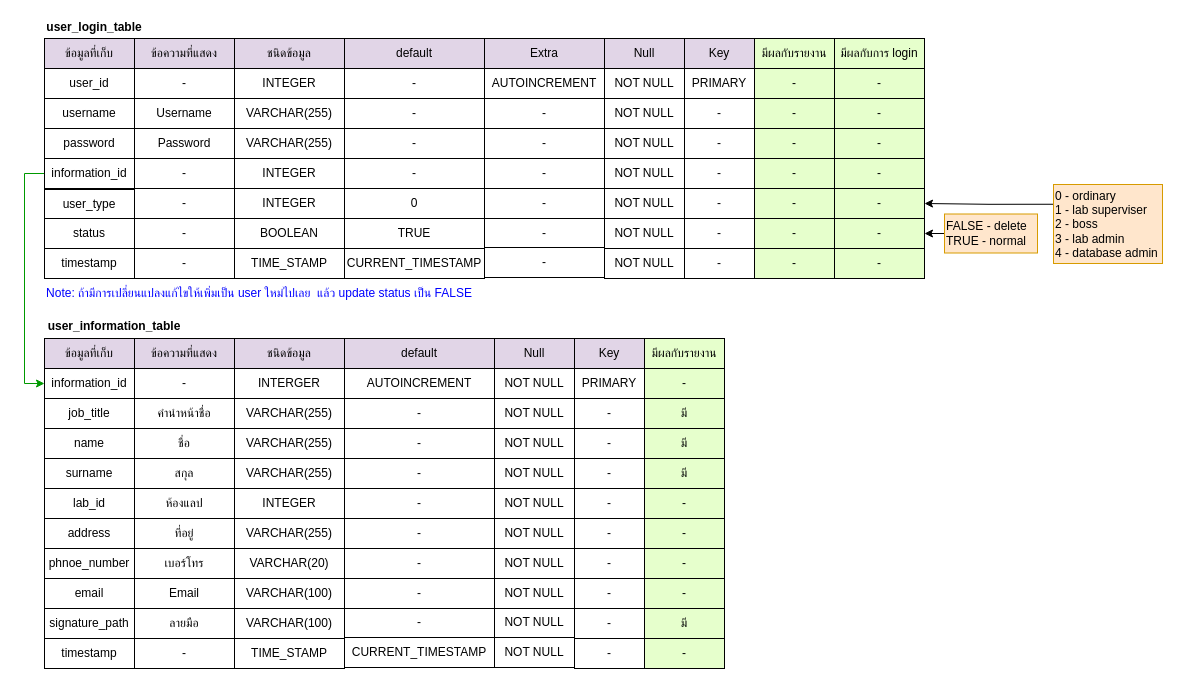
Before: page "Page-3" (3 of 3) of documents/cvdt_database.drawio in buntueng/cvdtt, a draw.io diagram. Source tidied: cells renumbered, new cells numbered last; positions are measured from the earlier drawing's top-left corner, leaving out a move shared by most shapes. Both pictures are drawn from the tidied source at 100%, with x=0, y=0 at pixel (24, 17).
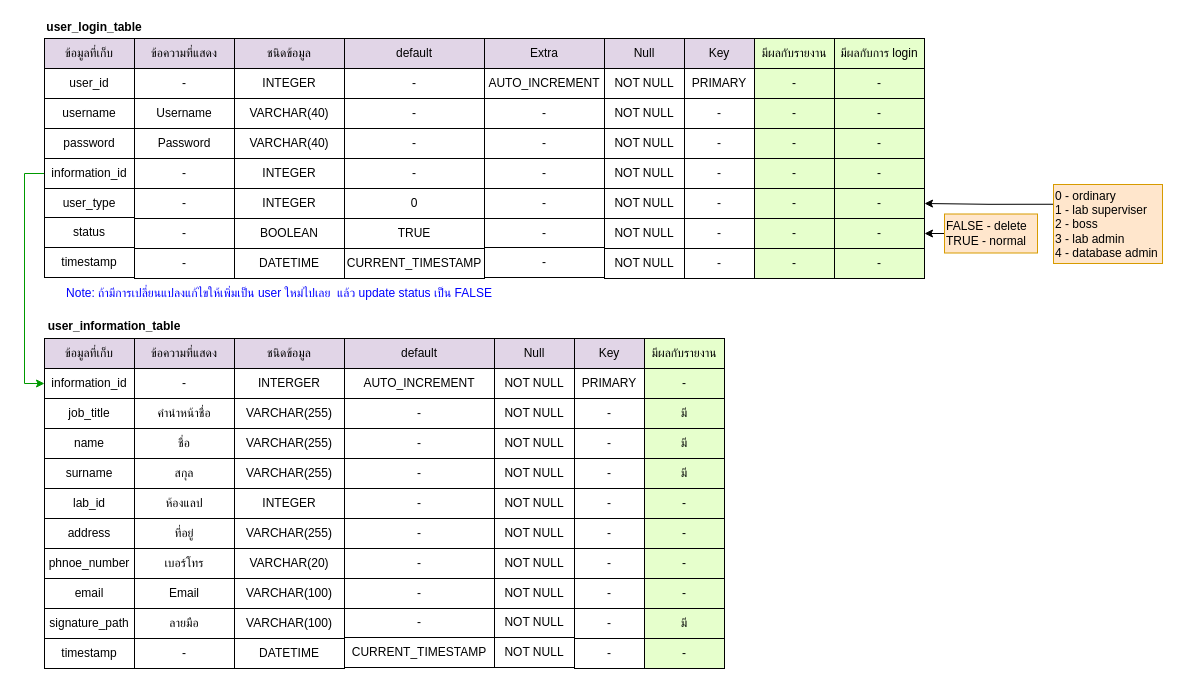
The same page after the edit.

Commit message (it also covers changes not shown here):
add scrollbar to treeview in dm tab

Change to the diagram source:
```diff
@@
     <mxCell id="43" value="timestamp" style="rounded=0;whiteSpace=wrap;html=1;" parent="1" vertex="1">
-      <mxGeometry x="20" y="231" width="90" height="30" as="geometry" />
+      <mxGeometry x="20" y="230" width="90" height="30" as="geometry" />
     </mxCell>
@@
-    <mxCell id="46" value="TIME_STAMP" style="rounded=0;whiteSpace=wrap;html=1;" parent="1" vertex="1">
+    <mxCell id="46" value="DATETIME" style="rounded=0;whiteSpace=wrap;html=1;" parent="1" vertex="1">
       <mxGeometry x="210" y="231" width="110" height="30" as="geometry" />
     </mxCell>
@@
-    <mxCell id="59" value="VARCHAR(255)" style="rounded=0;whiteSpace=wrap;html=1;" parent="1" vertex="1">
+    <mxCell id="59" value="VARCHAR(40)" style="rounded=0;whiteSpace=wrap;html=1;" parent="1" vertex="1">
       <mxGeometry x="210" y="81" width="110" height="30" as="geometry" />
     </mxCell>
-    <mxCell id="60" value="VARCHAR(255)" style="rounded=0;whiteSpace=wrap;html=1;" parent="1" vertex="1">
+    <mxCell id="60" value="VARCHAR(40)" style="rounded=0;whiteSpace=wrap;html=1;" parent="1" vertex="1">
       <mxGeometry x="210" y="111" width="110" height="30" as="geometry" />
     </mxCell>
@@
-    <mxCell id="78" value="TIME_STAMP" style="rounded=0;whiteSpace=wrap;html=1;" parent="1" vertex="1">
+    <mxCell id="78" value="DATETIME" style="rounded=0;whiteSpace=wrap;html=1;" parent="1" vertex="1">
       <mxGeometry x="210" y="621" width="110" height="30" as="geometry" />
     </mxCell>
@@
     <mxCell id="81" value="Note: ถ้ามีการเปลี่ยนแปลงแก้ไขให้เพิ่มเป็น user ใหม่ไปเลย&amp;nbsp; แล้ว update status เป็น FALSE" style="text;html=1;strokeColor=none;fillColor=none;align=center;verticalAlign=middle;whiteSpace=wrap;rounded=0;fontColor=#0000FF;" parent="1" vertex="1">
-      <mxGeometry y="261" width="470" height="29" as="geometry" />
+      <mxGeometry x="20" y="261" width="470" height="29" as="geometry" />
     </mxCell>
     <mxCell id="82" value="status" style="rounded=0;whiteSpace=wrap;html=1;" parent="1" vertex="1">
-      <mxGeometry x="20" y="201" width="90" height="30" as="geometry" />
+      <mxGeometry x="20" y="200" width="90" height="30" as="geometry" />
     </mxCell>
@@
-    <mxCell id="88" value="AUTOINCREMENT" style="rounded=0;whiteSpace=wrap;html=1;" parent="1" vertex="1">
+    <mxCell id="88" value="AUTO_INCREMENT" style="rounded=0;whiteSpace=wrap;html=1;" parent="1" vertex="1">
       <mxGeometry x="460" y="51" width="120" height="30" as="geometry" />
     </mxCell>
@@
-    <mxCell id="102" value="AUTOINCREMENT" style="rounded=0;whiteSpace=wrap;html=1;" parent="1" vertex="1">
+    <mxCell id="102" value="AUTO_INCREMENT" style="rounded=0;whiteSpace=wrap;html=1;" parent="1" vertex="1">
       <mxGeometry x="320" y="351" width="150" height="30" as="geometry" />
     </mxCell>
@@
     <mxCell id="123" value="user_type" style="rounded=0;whiteSpace=wrap;html=1;" parent="1" vertex="1">
-      <mxGeometry x="20" y="172" width="90" height="29" as="geometry" />
+      <mxGeometry x="20" y="171" width="90" height="29" as="geometry" />
     </mxCell>
```
